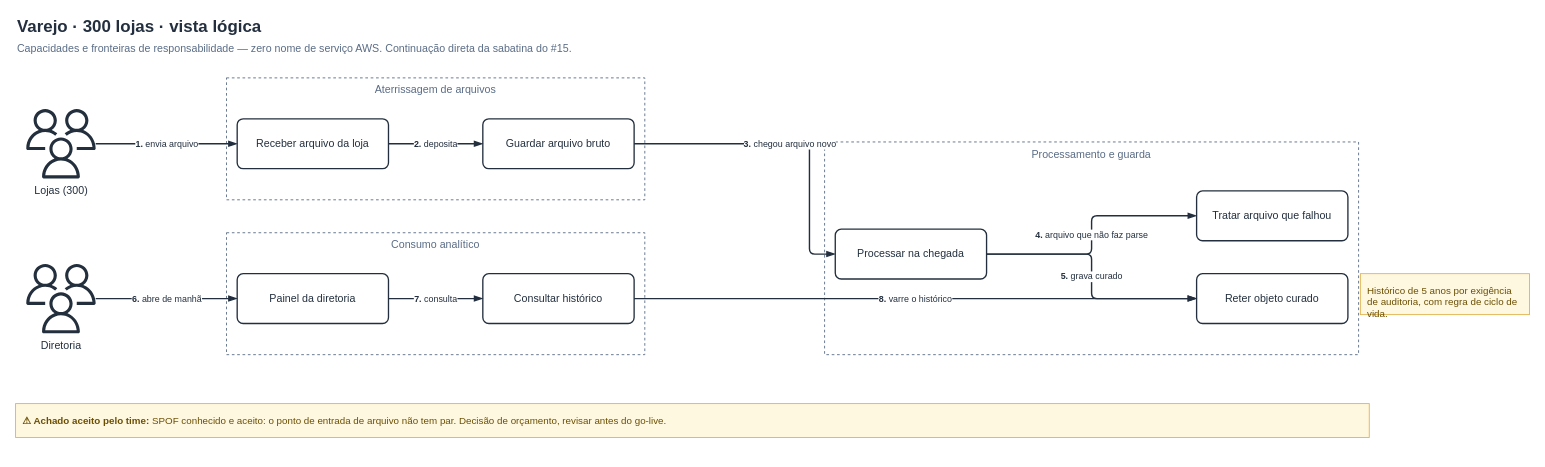
This is page "Varejo · 300 lojas · vista lógica" (1 of 2) of skills/panlabs-aws-diagrams/prototypes/q14/saida/varejo-editado-a-mao.drawio from ThiagoPanini/panlabs-skills, a draw.io file, before an edit. Source tidied: cells renumbered, new cells numbered last; positions are measured from the earlier drawing's top-left corner, leaving out a move shared by most shapes. Both pictures are drawn from the tidied source at 89%, with x=0, y=0 at pixel (15, 15).
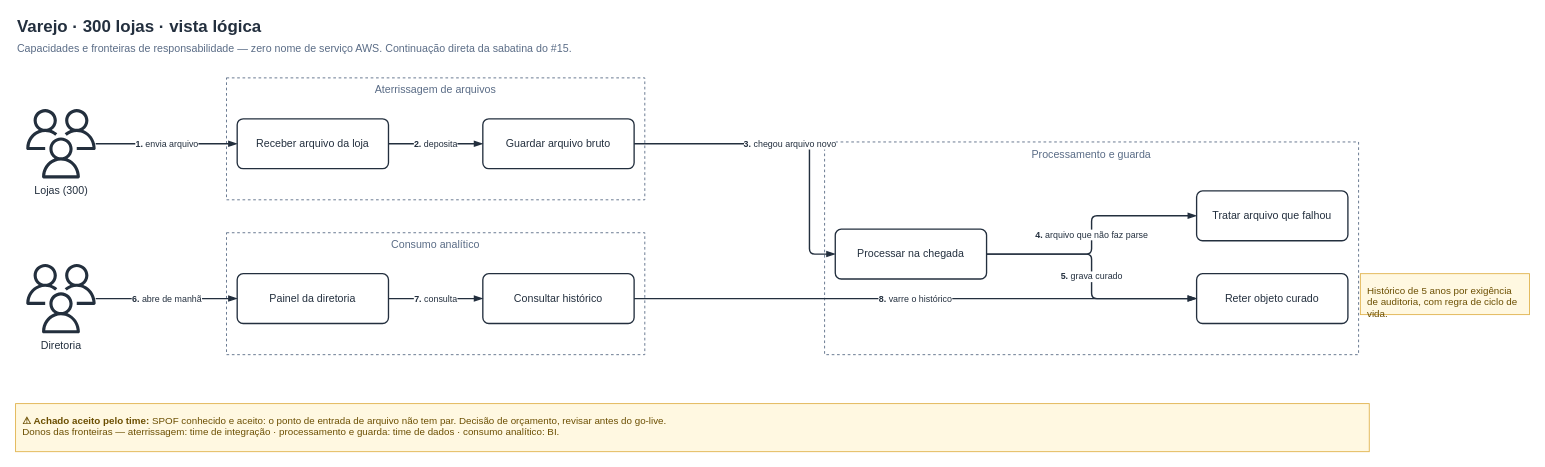
The same diagram, later.

Change to the diagram source:
```diff
@@
-    <mxCell id="25" value="&lt;b&gt;⚠ Achado aceito pelo time:&lt;/b&gt; SPOF conhecido e aceito: o ponto de entrada de arquivo não tem par. Decisão de orçamento, revisar antes do go-live." style="rounded=0;whiteSpace=wrap;html=1;fillColor=#FFF8E1;strokeColor=#E0B34D;fontColor=#6B4E00;fontSize=11;align=left;verticalAlign=top;spacing=8;dashed=0;" parent="1" vertex="1">
-      <mxGeometry y="436" width="1521" height="38" as="geometry" />
+    <mxCell id="25" value="&lt;b&gt;⚠ Achado aceito pelo time:&lt;/b&gt; SPOF conhecido e aceito: o ponto de entrada de arquivo não tem par. Decisão de orçamento, revisar antes do go-live.&lt;br&gt;Donos das fronteiras — aterrissagem: time de integração · processamento e guarda: time de dados · consumo analítico: BI." style="rounded=0;whiteSpace=wrap;html=1;fillColor=#FFF8E1;strokeColor=#E0B34D;fontColor=#6B4E00;fontSize=11;align=left;verticalAlign=top;spacing=8;dashed=0;" parent="1" vertex="1">
+      <mxGeometry y="436" width="1521" height="54" as="geometry" />
     </mxCell>
```
